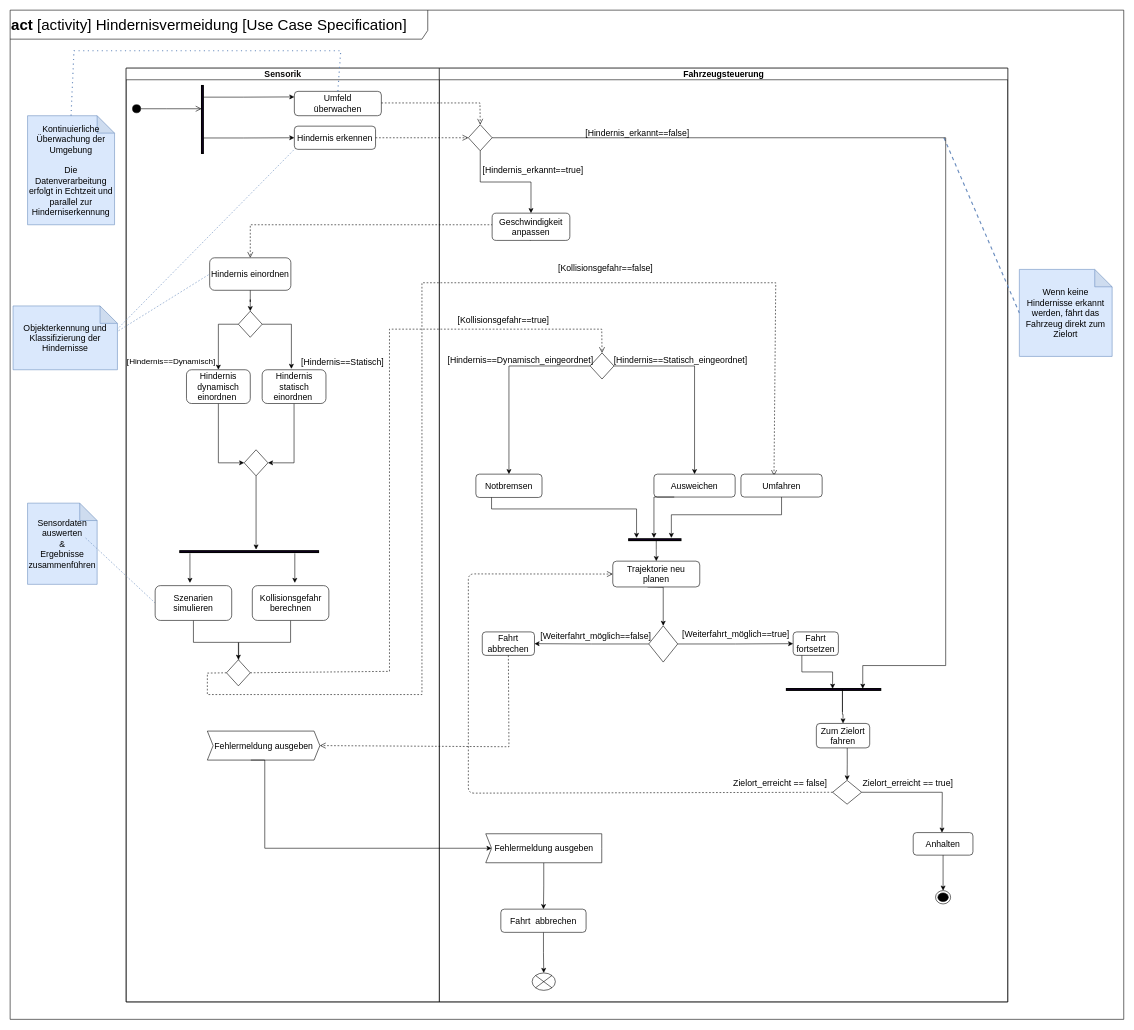
The draw.io diagram act-hindernisvermeidung.drawio in agrueneberg/sews2324, before the edit. Source tidied: cells renumbered, new cells numbered last; positions are measured from the earlier drawing's top-left corner, leaving out a move shared by most shapes. Both pictures are drawn from the tidied source at 58%, with x=0, y=0 at pixel (10, 10).
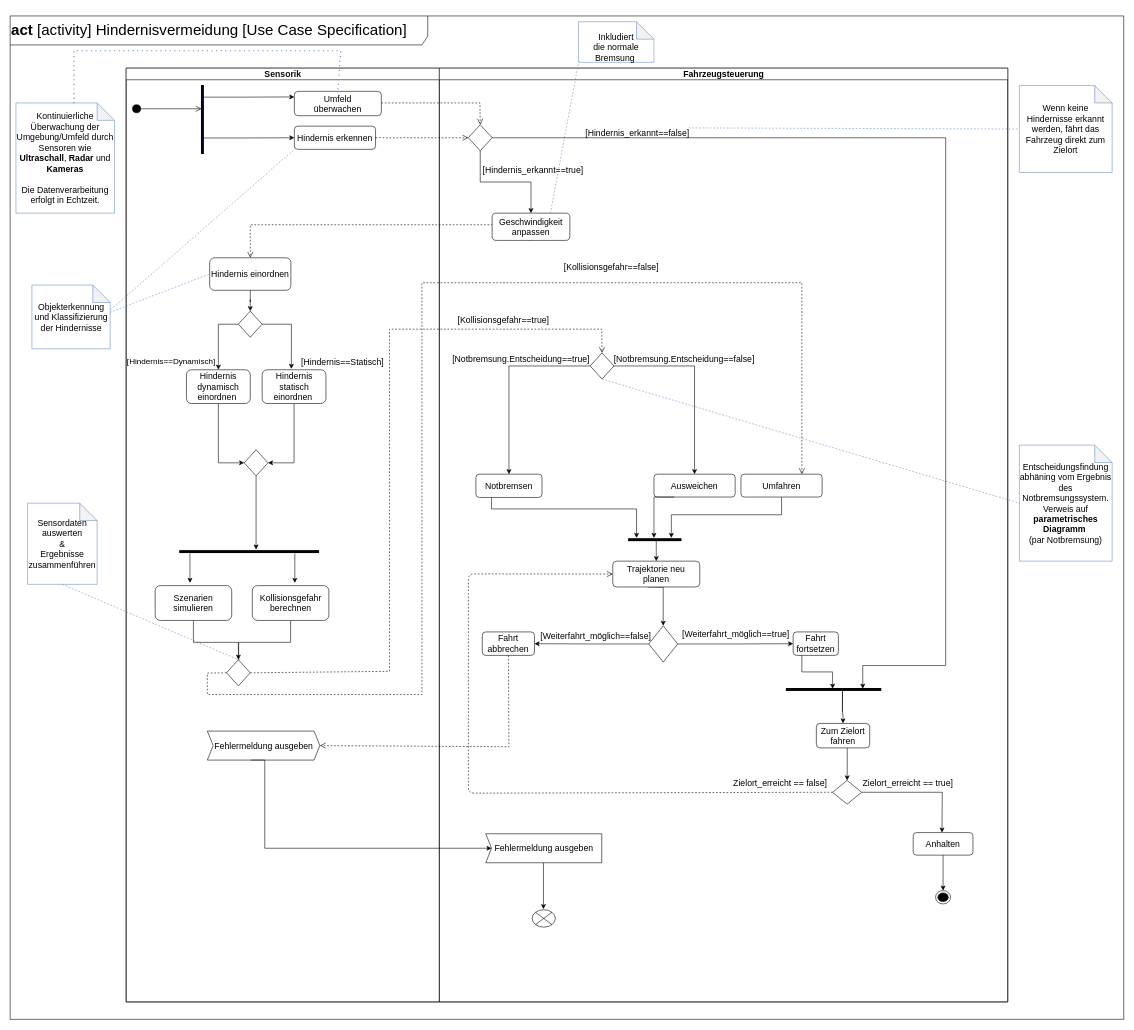
The same diagram, later.

Commit message (it also covers changes not shown here):
Rename ActDiagramm_Endabgabe

Unchanged cells that the change refers to:
```xml
<mxCell id="4" value="&lt;font style=&quot;font-size: 15px;&quot;&gt;Umfeld &lt;br&gt;überwachen&lt;/font&gt;" style="rounded=1;whiteSpace=wrap;html=1;fontSize=12;rotation=0;" parent="3" vertex="1">
  <mxGeometry x="290" y="40" width="150" height="42" as="geometry" />
</mxCell>
<mxCell id="9" value="&lt;font style=&quot;font-size: 15px;&quot;&gt;Geschwindigkeit anpassen&lt;/font&gt;" style="rounded=1;whiteSpace=wrap;html=1;" parent="8" vertex="1">
  <mxGeometry x="91" y="250" width="134" height="47" as="geometry" />
</mxCell>
<mxCell id="31" style="rhombus;whiteSpace=wrap;html=1;" parent="8" vertex="1">
  <mxGeometry x="260" y="491" width="41" height="45" as="geometry" />
</mxCell>
<mxCell id="49" style="rhombus;whiteSpace=wrap;html=1;" parent="1" vertex="1">
  <mxGeometry x="790" y="197.5" width="41" height="45" as="geometry" />
</mxCell>
<mxCell id="53" value="&lt;font style=&quot;font-size: 15px;&quot;&gt;[Hindernis_erkannt==false]&lt;/font&gt;" style="text;whiteSpace=wrap;html=1;" parent="1" vertex="1">
  <mxGeometry x="990" y="195.5" width="180" height="30" as="geometry" />
</mxCell>
<mxCell id="69" value="&lt;font style=&quot;font-size: 15px;&quot;&gt;Umfahren&lt;/font&gt;" style="rounded=1;whiteSpace=wrap;html=1;fontSize=15;" parent="1" vertex="1">
  <mxGeometry x="1260" y="800" width="140" height="39.5" as="geometry" />
</mxCell>
<mxCell id="84" value="Fehlermeldung ausgeben" style="html=1;shadow=0;dashed=0;align=center;verticalAlign=middle;shape=mxgraph.arrows2.arrow;dy=0;dx=00;notch=10;fontSize=15;" parent="1" vertex="1">
  <mxGeometry x="820" y="1420" width="200" height="50" as="geometry" />
</mxCell>
<mxCell id="91" style="rhombus;whiteSpace=wrap;html=1;" parent="1" vertex="1">
  <mxGeometry x="373" y="1120" width="41" height="45" as="geometry" />
</mxCell>
<mxCell id="95" value="&lt;font style=&quot;font-size: 15px;&quot;&gt;Szenarien simulieren&lt;/font&gt;" style="rounded=1;whiteSpace=wrap;html=1;fontSize=12;" parent="1" vertex="1">
  <mxGeometry x="250" y="992.2" width="132" height="60" as="geometry" />
</mxCell>
```

Diff of the diagram source:
```diff
@@
-    <mxCell id="37" value="&lt;font style=&quot;font-size: 15px;&quot;&gt;Kontinuierliche Überwachung der Umgebung&lt;br&gt;&lt;br&gt;Die Datenverarbeitung erfolgt in Echtzeit und parallel zur Hinderniserkennung&lt;/font&gt;" style="shape=note;whiteSpace=wrap;html=1;backgroundOutline=1;darkOpacity=0.05;fillColor=#dae8fc;strokeColor=#6c8ebf;" parent="1" vertex="1">
-      <mxGeometry x="30" y="182" width="150" height="188" as="geometry" />
+    <mxCell id="37" value="&lt;font style=&quot;font-size: 15px;&quot;&gt;Kontinuierliche Überwachung der Umgebung/Umfeld durch Sensoren wie &lt;b&gt;Ultraschall&lt;/b&gt;, &lt;b&gt;Radar &lt;/b&gt;und &lt;b&gt;Kameras&lt;/b&gt;&lt;br&gt;&lt;br&gt;Die Datenverarbeitung erfolgt in Echtzeit.&lt;/font&gt;" style="shape=note;whiteSpace=wrap;html=1;backgroundOutline=1;darkOpacity=0.05;fillColor=#ffffff;strokeColor=#6c8ebf;" parent="1" vertex="1">
+      <mxGeometry x="10" y="160" width="170" height="190" as="geometry" />
     </mxCell>
-    <mxCell id="38" style="endArrow=none;dashed=1;html=1;dashPattern=1 3;strokeWidth=2;rounded=0;entryX=0.5;entryY=0;entryDx=0;entryDy=0;fillColor=#dae8fc;strokeColor=#6c8ebf;exitX=0.5;exitY=0;exitDx=0;exitDy=0;exitPerimeter=0;" parent="1" edge="1" source="37" target="4">
+    <mxCell id="38" style="endArrow=none;dashed=1;html=1;dashPattern=1 3;strokeWidth=2;rounded=0;entryX=0.5;entryY=0;entryDx=0;entryDy=0;fillColor=#dae8fc;strokeColor=#6C8EBF;" parent="1" edge="1" target="4">
       <mxGeometry relative="1" as="geometry">
+        <mxPoint x="110" y="161" as="sourcePoint" />
         <Array as="points">
           <mxPoint x="110" y="70" />
           <mxPoint x="570" y="70" />
         </Array>
       </mxGeometry>
     </mxCell>
-    <mxCell id="39" value="&lt;font style=&quot;font-size: 15px;&quot;&gt;Sensordaten auswerten&lt;br&gt;&amp;amp;&lt;br&gt;Ergebnisse zusammenführen&lt;br&gt;&lt;/font&gt;" style="shape=note;whiteSpace=wrap;html=1;backgroundOutline=1;darkOpacity=0.05;fillColor=#dae8fc;strokeColor=#6c8ebf;" parent="1" vertex="1">
+    <mxCell id="39" value="&lt;font style=&quot;font-size: 15px;&quot;&gt;Sensordaten auswerten&lt;br&gt;&amp;amp;&lt;br&gt;Ergebnisse zusammenführen&lt;br&gt;&lt;/font&gt;" style="shape=note;whiteSpace=wrap;html=1;backgroundOutline=1;darkOpacity=0.05;fillColor=#ffffff;strokeColor=#6c8ebf;" parent="1" vertex="1">
       <mxGeometry x="30" y="850" width="120" height="140" as="geometry" />
     </mxCell>
@@
-    <mxCell id="42" value="&lt;font style=&quot;font-size: 15px;&quot;&gt;Objekterkennung und Klassifizierung der Hindernisse&lt;/font&gt;" style="shape=note;whiteSpace=wrap;html=1;backgroundOutline=1;darkOpacity=0.05;fillColor=#dae8fc;strokeColor=#6c8ebf;" parent="1" vertex="1">
-      <mxGeometry x="5" y="510" width="180" height="110" as="geometry" />
+    <mxCell id="42" value="&lt;font style=&quot;font-size: 15px;&quot;&gt;Objekterkennung und Klassifizierung der Hindernisse&lt;/font&gt;" style="shape=note;whiteSpace=wrap;html=1;backgroundOutline=1;darkOpacity=0.05;fillColor=#ffffff;strokeColor=#6c8ebf;" parent="1" vertex="1">
+      <mxGeometry x="37.5" y="474" width="135" height="110" as="geometry" />
     </mxCell>
-    <mxCell id="43" value="&lt;font style=&quot;font-size: 15px;&quot;&gt;Wenn keine Hindernisse erkannt werden, fährt das Fahrzeug direkt zum Zielort&lt;/font&gt;" style="shape=note;whiteSpace=wrap;html=1;backgroundOutline=1;darkOpacity=0.05;fillColor=#dae8fc;strokeColor=#6c8ebf;" parent="1" vertex="1">
-      <mxGeometry x="1740" y="447" width="160" height="150" as="geometry" />
+    <mxCell id="43" value="&lt;font style=&quot;font-size: 15px;&quot;&gt;Wenn keine Hindernisse erkannt werden, fährt das Fahrzeug direkt zum Zielort&lt;/font&gt;" style="shape=note;whiteSpace=wrap;html=1;backgroundOutline=1;darkOpacity=0.05;fillColor=#ffffff;strokeColor=#6c8ebf;" parent="1" vertex="1">
+      <mxGeometry x="1740" y="130" width="160" height="150" as="geometry" />
     </mxCell>
-    <mxCell id="44" style="endArrow=none;dashed=1;html=1;strokeWidth=2;rounded=0;entryX=0;entryY=0.5;entryDx=0;entryDy=0;entryPerimeter=0;fillColor=#dae8fc;strokeColor=#6c8ebf;" parent="1" edge="1" target="43">
-      <mxGeometry relative="1" as="geometry">
-        <mxPoint x="1610" y="220" as="sourcePoint" />
-      </mxGeometry>
-    </mxCell>
     <mxCell id="45" value="&lt;font style=&quot;font-size: 26px;&quot;&gt;&lt;b&gt;act &lt;/b&gt;[activity] Hindernisvermeidung [Use Case Specification]&lt;/font&gt;" style="shape=umlFrame;whiteSpace=wrap;html=1;fontFamily=Helvetica;fontSize=11;fontColor=default;width=720;height=50;align=left;" parent="1" vertex="1">
-      <mxGeometry width="1920" height="1740" as="geometry" />
+      <mxGeometry y="10" width="1920" height="1730" as="geometry" />
     </mxCell>
@@
-    <mxCell id="67" style="html=1;verticalAlign=bottom;endArrow=open;dashed=1;endSize=8;curved=0;rounded=0;entryX=0.407;entryY=0.076;entryDx=0;entryDy=0;entryPerimeter=0;exitX=0;exitY=0.5;exitDx=0;exitDy=0;" parent="1" edge="1" source="91" target="69">
-      <mxGeometry relative="1" as="geometry">
-        <Array as="points">
-          <mxPoint x="340" y="1143" />
-          <mxPoint x="340" y="1180" />
-          <mxPoint x="710" y="1180" />
-          <mxPoint x="710" y="1000" />
-          <mxPoint x="710" y="470" />
-          <mxPoint x="1320" y="470" />
-        </Array>
-      </mxGeometry>
-    </mxCell>
@@
-    <mxCell id="70" value="&lt;font style=&quot;font-size: 15px;&quot;&gt;[Hindernis==Dynamisch_eingeordnet]&lt;/font&gt;" style="text;html=1;strokeColor=none;fillColor=none;align=center;verticalAlign=middle;whiteSpace=wrap;rounded=0;fontSize=15;" parent="1" vertex="1">
-      <mxGeometry x="805" y="597" width="150" height="10" as="geometry" />
+    <mxCell id="70" value="&lt;font style=&quot;font-size: 15px;&quot;&gt;[Notbremsung.Entscheidung==true]&lt;/font&gt;" style="text;html=1;strokeColor=none;fillColor=none;align=center;verticalAlign=middle;whiteSpace=wrap;rounded=0;fontSize=15;" parent="1" vertex="1">
+      <mxGeometry x="756" y="597" width="250" height="10" as="geometry" />
     </mxCell>
-    <mxCell id="71" value="&lt;font style=&quot;font-size: 15px;&quot;&gt;[Hindernis==Statisch_eingeordnet]&lt;/font&gt;" style="text;whiteSpace=wrap;html=1;fontSize=15;" parent="1" vertex="1">
-      <mxGeometry x="1039" y="587" width="100" height="20" as="geometry" />
+    <mxCell id="71" value="&lt;font style=&quot;font-size: 15px;&quot;&gt;[Notbremsung.Entscheidung==false]&lt;/font&gt;" style="text;whiteSpace=wrap;html=1;fontSize=15;" parent="1" vertex="1">
+      <mxGeometry x="1039" y="587" width="261" height="20" as="geometry" />
     </mxCell>
     <mxCell id="72" value="&lt;font style=&quot;font-size: 15px;&quot;&gt;[Kollisionsgefahr==false]&lt;/font&gt;" style="text;whiteSpace=wrap;html=1;fontSize=15;" parent="1" vertex="1">
-      <mxGeometry x="943" y="430" width="140" height="19" as="geometry" />
+      <mxGeometry x="953" y="428" width="140" height="19" as="geometry" />
     </mxCell>
@@
-    <mxCell id="78" style="edgeStyle=orthogonalEdgeStyle;rounded=0;jettySize=auto;html=1;exitX=1;exitY=0.5;exitDx=0;exitDy=0;" parent="1" edge="1" source="49">
-      <mxGeometry relative="1" as="geometry">
-        <mxPoint x="1470" y="1170" as="targetPoint" />
-        <Array as="points">
-          <mxPoint x="1613" y="220" />
-          <mxPoint x="1613" y="1130" />
-          <mxPoint x="1470" y="1130" />
-        </Array>
-      </mxGeometry>
-    </mxCell>
@@
-    <mxCell id="83" style="edgeStyle=orthogonalEdgeStyle;rounded=0;jettySize=auto;html=1;entryX=0.5;entryY=0;entryDx=0;entryDy=0;" parent="1" edge="1" source="84" target="87">
-      <mxGeometry relative="1" as="geometry" />
+    <mxCell id="83" style="edgeStyle=orthogonalEdgeStyle;rounded=0;jettySize=auto;html=1;entryX=0.5;entryY=0;entryDx=0;entryDy=0;" parent="1" edge="1" source="84">
+      <mxGeometry relative="1" as="geometry">
+        <mxPoint x="919.5" y="1550" as="targetPoint" />
+      </mxGeometry>
     </mxCell>
@@
-    <mxCell id="86" style="edgeStyle=orthogonalEdgeStyle;rounded=0;jettySize=auto;html=1;entryX=0.5;entryY=0;entryDx=0;entryDy=0;" parent="1" edge="1" source="87" target="88">
-      <mxGeometry relative="1" as="geometry" />
-    </mxCell>
-    <mxCell id="87" value="&lt;font style=&quot;font-size: 15px;&quot;&gt;Fahrt&amp;nbsp; abbrechen&lt;/font&gt;" style="rounded=1;whiteSpace=wrap;html=1;" parent="1" vertex="1">
-      <mxGeometry x="846" y="1550" width="147" height="40" as="geometry" />
-    </mxCell>
     <mxCell id="88" style="shape=sumEllipse;perimeter=ellipsePerimeter;whiteSpace=wrap;html=1;backgroundOutline=1;" parent="1" vertex="1">
-      <mxGeometry x="900" y="1660" width="40" height="30" as="geometry" />
+      <mxGeometry x="900" y="1551" width="40" height="30" as="geometry" />
     </mxCell>
-    <mxCell id="89" style="endArrow=none;dashed=1;html=1;rounded=0;exitX=0;exitY=0;exitDx=100;exitDy=60;exitPerimeter=0;fillColor=#dae8fc;strokeColor=#6c8ebf;entryX=0;entryY=0.5;entryDx=0;entryDy=0;" parent="1" edge="1" source="39" target="95">
+    <mxCell id="89" style="endArrow=none;dashed=1;html=1;rounded=0;exitX=0.5;exitY=1;exitDx=0;exitDy=0;exitPerimeter=0;fillColor=#dae8fc;strokeColor=#6c8ebf;entryX=0.5;entryY=0;entryDx=0;entryDy=0;" parent="1" edge="1" source="39" target="91">
       <mxGeometry relative="1" as="geometry" />
     </mxCell>
-    <mxCell id="90" value="&lt;font style=&quot;font-size: 15px;&quot;&gt;[Hindernis_erkannt==true]&lt;/font&gt;" style="text;whiteSpace=wrap;html=1;" parent="1" vertex="1">
-      <mxGeometry x="813" y="261" width="150" height="30" as="geometry" />
-    </mxCell>
@@
+    <mxCell id="98" value="&lt;font style=&quot;font-size: 15px;&quot;&gt;Entscheidungsfindung abhäning vom Ergebnis des Notbremsungssystem.&lt;br&gt;Verweis auf &lt;b&gt;parametrisches Diagramm&amp;nbsp;&lt;/b&gt;&lt;br&gt;(par Notbremsung)&lt;/font&gt;" style="shape=note;whiteSpace=wrap;html=1;backgroundOutline=1;darkOpacity=0.05;strokeColor=#6C8EBF;" parent="1" vertex="1">
+      <mxGeometry x="1740" y="750" width="160" height="200" as="geometry" />
+    </mxCell>
+    <mxCell id="99" style="endArrow=none;dashed=1;html=1;rounded=0;exitX=0.5;exitY=1;exitDx=0;exitDy=0;fillColor=#dae8fc;strokeColor=#6c8ebf;entryX=0;entryY=0.5;entryDx=0;entryDy=0;entryPerimeter=0;" parent="1" edge="1" source="31" target="98">
+      <mxGeometry relative="1" as="geometry" />
+    </mxCell>
+    <mxCell id="100" style="endArrow=none;dashed=1;html=1;rounded=0;fillColor=#dae8fc;strokeColor=#6c8ebf;entryX=0;entryY=0.5;entryDx=0;entryDy=0;entryPerimeter=0;exitX=1;exitY=0.25;exitDx=0;exitDy=0;" parent="1" edge="1" source="53" target="43">
+      <mxGeometry relative="1" as="geometry" />
+    </mxCell>
+    <mxCell id="101" value="&lt;font style=&quot;font-size: 15px;&quot;&gt;&lt;br&gt;Inkludiert &lt;br&gt;die normale Bremsung&amp;nbsp;&lt;/font&gt;" style="shape=note;whiteSpace=wrap;html=1;backgroundOutline=1;darkOpacity=0.05;fillColor=#ffffff;strokeColor=#6c8ebf;" parent="1" vertex="1">
+      <mxGeometry x="980" y="20" width="130" height="70" as="geometry" />
+    </mxCell>
+    <mxCell id="102" style="endArrow=none;dashed=1;html=1;rounded=0;entryX=0;entryY=1;entryDx=0;entryDy=0;exitX=0.75;exitY=0;exitDx=0;exitDy=0;fillColor=#dae8fc;strokeColor=#6c8ebf;entryPerimeter=0;" parent="1" edge="1" source="9" target="101">
+      <mxGeometry relative="1" as="geometry" />
+    </mxCell>
+    <mxCell id="78" style="edgeStyle=orthogonalEdgeStyle;rounded=0;jettySize=auto;html=1;exitX=1;exitY=0.5;exitDx=0;exitDy=0;" parent="1" edge="1" source="49">
+      <mxGeometry relative="1" as="geometry">
+        <mxPoint x="1470" y="1170" as="targetPoint" />
+        <Array as="points">
+          <mxPoint x="1613" y="220" />
+          <mxPoint x="1613" y="1130" />
+          <mxPoint x="1470" y="1130" />
+        </Array>
+      </mxGeometry>
+    </mxCell>
+    <mxCell id="90" value="&lt;font style=&quot;font-size: 15px;&quot;&gt;[Hindernis_erkannt==true]&lt;/font&gt;" style="text;whiteSpace=wrap;html=1;" parent="1" vertex="1">
+      <mxGeometry x="813" y="261" width="150" height="30" as="geometry" />
+    </mxCell>
+    <mxCell id="67" style="html=1;verticalAlign=bottom;endArrow=open;dashed=1;endSize=8;curved=0;rounded=0;entryX=0.75;entryY=0;entryDx=0;entryDy=0;exitX=0;exitY=0.5;exitDx=0;exitDy=0;" parent="1" edge="1" source="91" target="69">
+      <mxGeometry relative="1" as="geometry">
+        <Array as="points">
+          <mxPoint x="340" y="1143" />
+          <mxPoint x="340" y="1180" />
+          <mxPoint x="710" y="1180" />
+          <mxPoint x="710" y="1000" />
+          <mxPoint x="710" y="470" />
+          <mxPoint x="1365" y="470" />
+        </Array>
+      </mxGeometry>
+    </mxCell>
```
